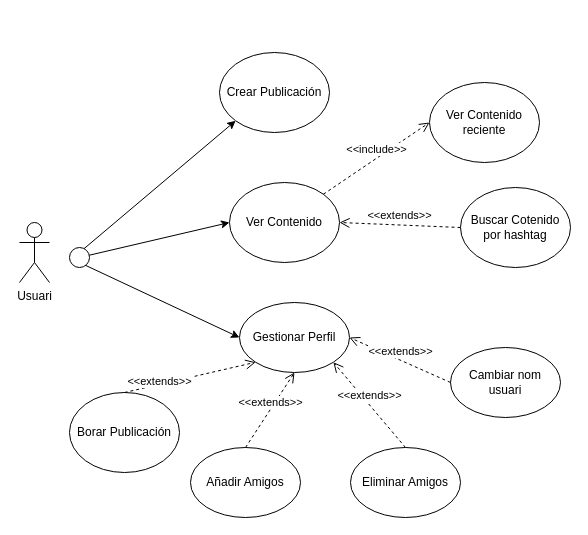
Above: diag/cu.drawio in Kore29/Program-Whale (draw.io), before the change. Source tidied: cells renumbered, new cells numbered last; positions are measured from the earlier drawing's top-left corner, leaving out a move shared by most shapes. Both pictures are drawn from the tidied source at 100%, with x=0, y=0 at pixel (19, 52).
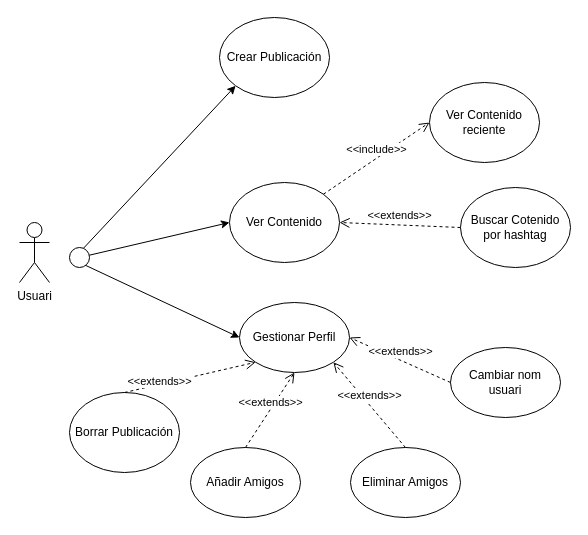
Above is the later version.

The edit, as a diff of the source:
```diff
@@
     <mxCell id="7" value="Crear Publicación" style="ellipse;whiteSpace=wrap;html=1;" parent="1" vertex="1">
-      <mxGeometry x="200" width="110" height="80" as="geometry" />
+      <mxGeometry x="200" y="-35" width="110" height="80" as="geometry" />
     </mxCell>
@@
-    <mxCell id="12" value="Borar Publicación" style="ellipse;whiteSpace=wrap;html=1;" parent="1" vertex="1">
+    <mxCell id="12" value="Borrar Publicación" style="ellipse;whiteSpace=wrap;html=1;" parent="1" vertex="1">
       <mxGeometry x="50" y="340" width="110" height="80" as="geometry" />
     </mxCell>
```
